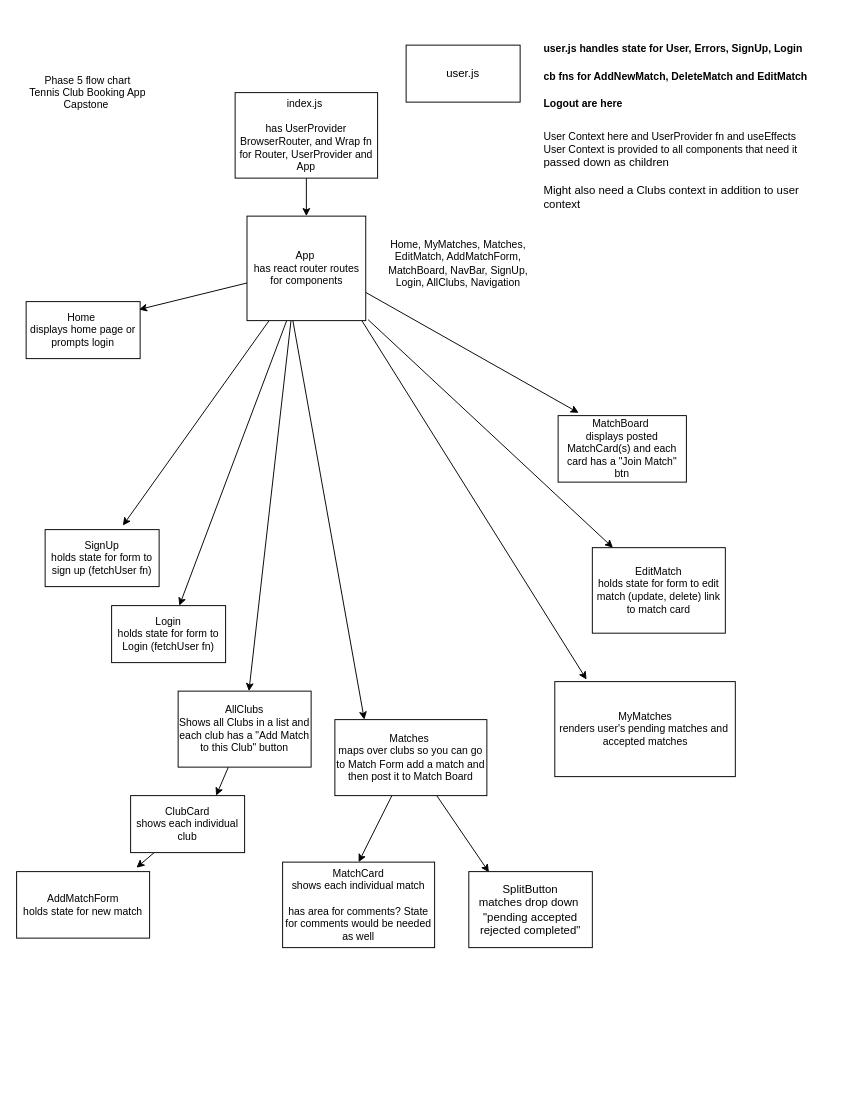
caraerskine/tennis-club keeps this draw.io diagram as client/src/components/ph5.drawio. Above is the earlier version. Source tidied: cells renumbered, new cells numbered last; positions are measured from the earlier drawing's top-left corner, leaving out a move shared by most shapes. Both pictures are drawn from the tidied source at 95%, with x=0, y=0 at pixel (16, 26).
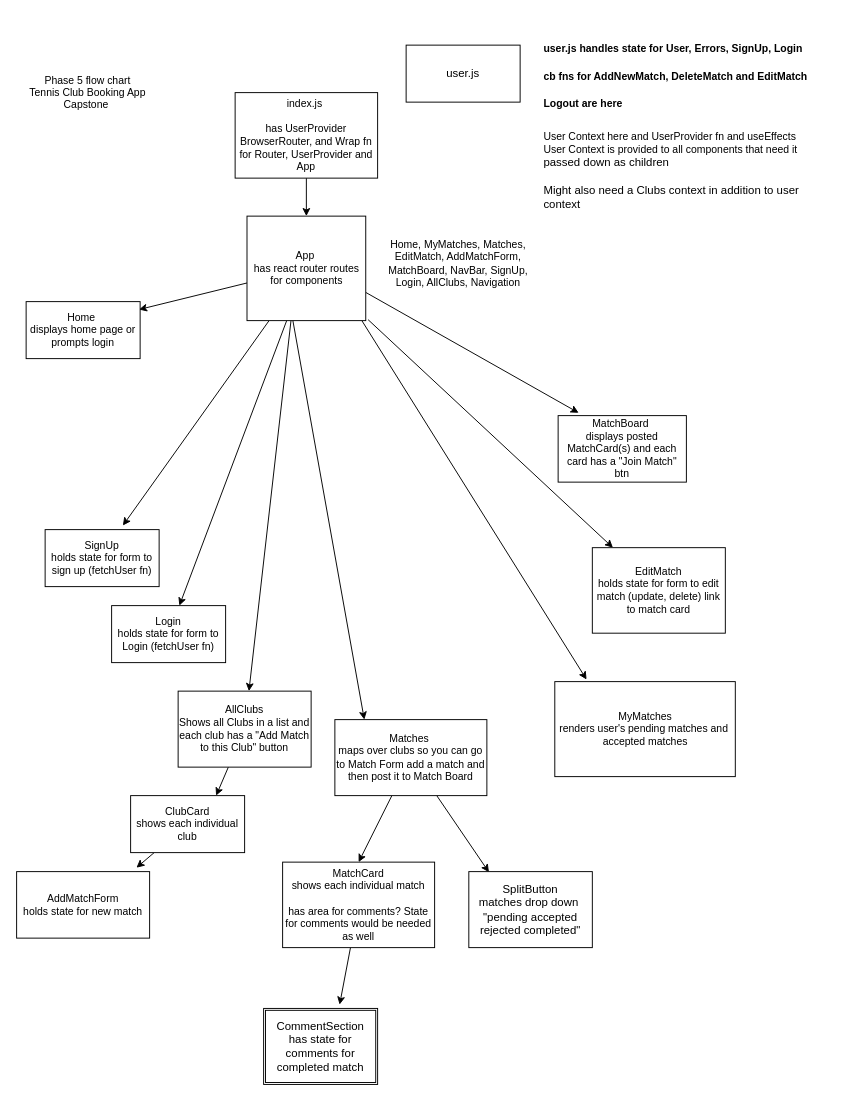
The same diagram, later.

Unchanged cells that the change refers to:
```xml
<mxCell id="30" value="MatchCard&lt;br&gt;shows each individual match&lt;br&gt;&lt;br&gt;has area for comments? State for comments would be needed as well" style="whiteSpace=wrap;html=1;fontSize=11;" parent="1" vertex="1">
  <mxGeometry x="280" y="880" width="160" height="90" as="geometry" />
</mxCell>
```

What changed in the source:
```diff
@@
+    <mxCell id="33" style="edgeStyle=none;html=1;" parent="1" edge="1" source="30">
+      <mxGeometry relative="1" as="geometry">
+        <mxPoint x="340" y="1030" as="targetPoint" />
+      </mxGeometry>
+    </mxCell>
@@
+    <mxCell id="34" value="CommentSection&lt;br&gt;has state for comments for completed match" style="shape=ext;double=1;rounded=0;whiteSpace=wrap;html=1;" parent="1" vertex="1">
+      <mxGeometry x="260" y="1034" width="120" height="80" as="geometry" />
+    </mxCell>
```
